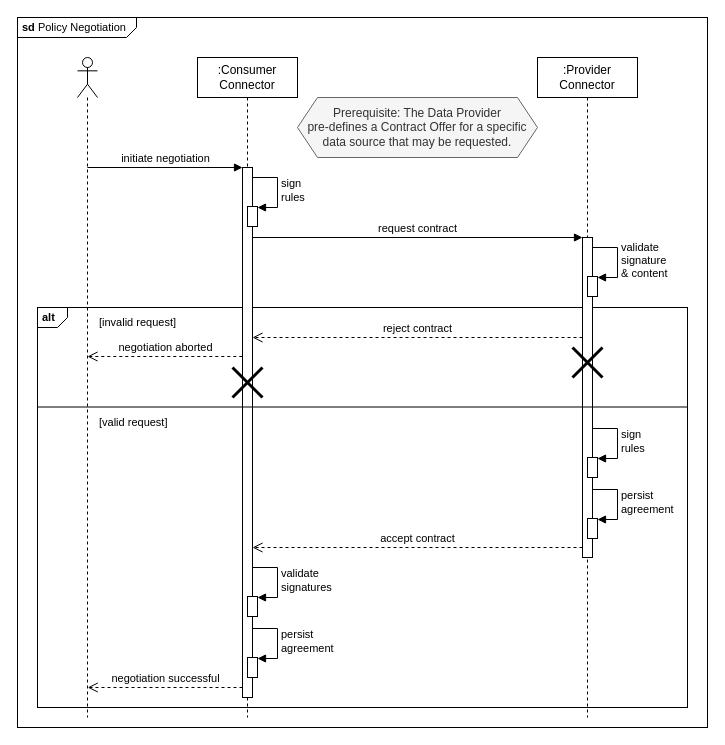
International-Data-Spaces-Association/IDS-RAM_4_0 keeps this draw.io diagram as documentation/3_Layers_of_the_Reference_Architecture_Model/3_3_Process_Layer/media/policy-negotiation-sequence-1.drawio. Above is the earlier version. Source tidied: cells renumbered, new cells numbered last; positions are measured from the earlier drawing's top-left corner, leaving out a move shared by most shapes. Both pictures are drawn from the tidied source at 100%, with x=0, y=0 at pixel (17, 17).
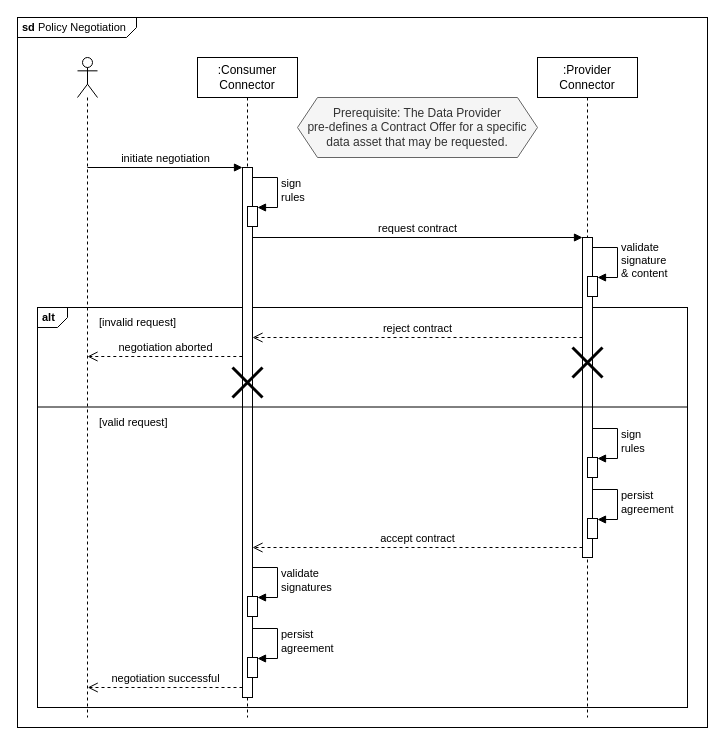
After the change.

Diff of the diagram source:
```diff
@@
-    <mxCell id="22" value="Prerequisite: The Data Provider &lt;br&gt;pre-defines a Contract Offer for a specific data source that may be requested." style="shape=hexagon;perimeter=hexagonPerimeter2;whiteSpace=wrap;html=1;fixedSize=1;fillColor=#f5f5f5;fontColor=#333333;strokeColor=#666666;" parent="1" vertex="1">
+    <mxCell id="22" value="Prerequisite: The Data Provider &lt;br&gt;pre-defines a Contract Offer for a specific data asset that may be requested." style="shape=hexagon;perimeter=hexagonPerimeter2;whiteSpace=wrap;html=1;fixedSize=1;fillColor=#f5f5f5;fontColor=#333333;strokeColor=#666666;" parent="1" vertex="1">
       <mxGeometry x="280" y="80" width="240" height="60" as="geometry" />
     </mxCell>
```
